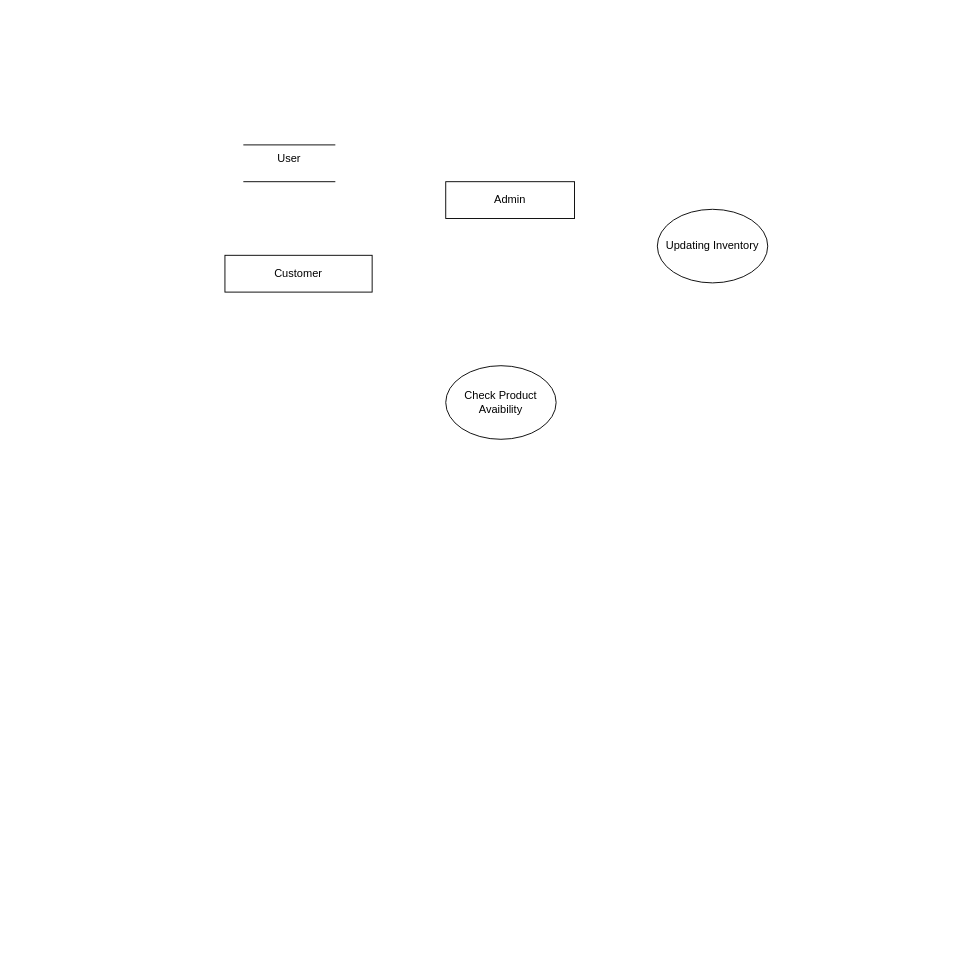
Before: Replinshment Order Management.drawio in pawal-karki/DRAW.IO, a draw.io diagram. Source tidied: cells renumbered, new cells numbered last; positions are measured from the earlier drawing's top-left corner, leaving out a move shared by most shapes. Both pictures are drawn from the tidied source at 92%, with x=0, y=0 at pixel (224, 144).
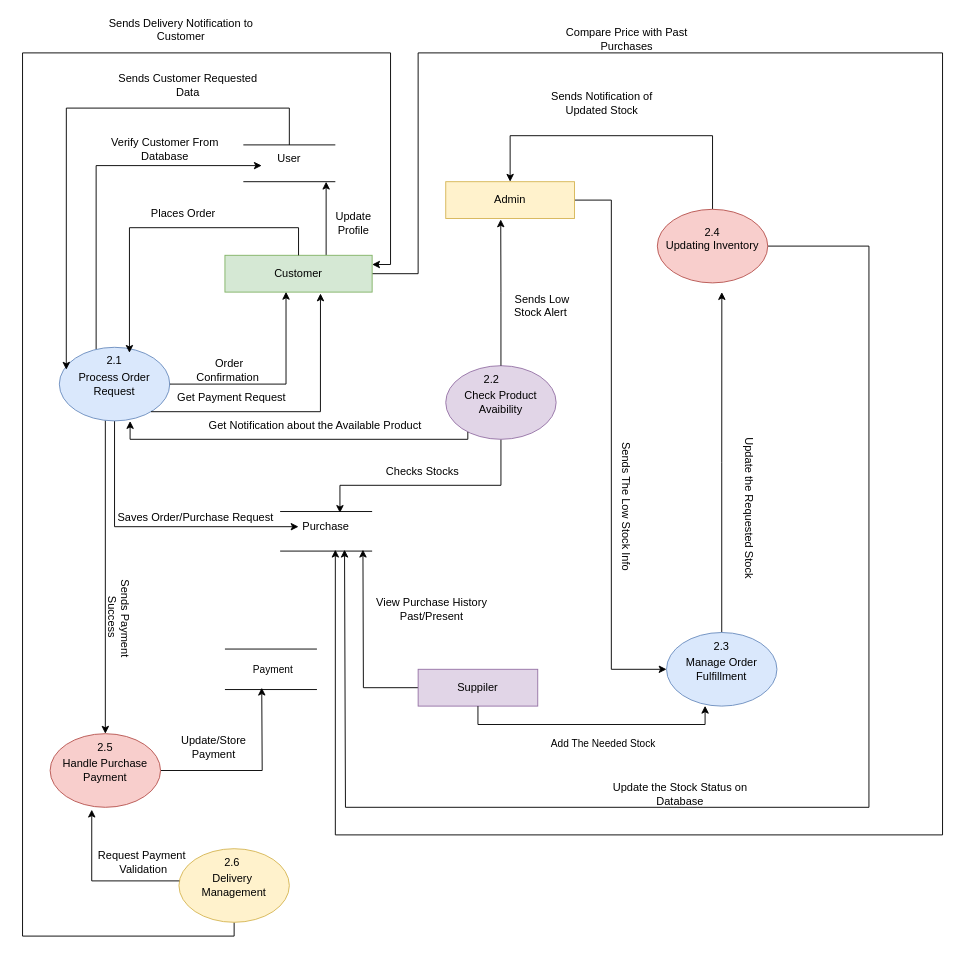
After the change.

Unchanged cells that the change refers to:
```xml
<mxCell id="7" value="User" style="text;html=1;align=center;verticalAlign=middle;whiteSpace=wrap;rounded=0;" parent="1" vertex="1">
  <mxGeometry x="40" width="60" height="30" as="geometry" />
</mxCell>
```

The edit, as a diff of the source:
```diff
@@
+    <mxCell id="8" style="edgeStyle=orthogonalEdgeStyle;rounded=0;jettySize=auto;html=1;" parent="1" edge="1" source="2">
+      <mxGeometry relative="1" as="geometry">
+        <mxPoint x="120" y="440" as="targetPoint" />
+        <Array as="points">
+          <mxPoint x="210" y="140" />
+          <mxPoint x="210" y="-100" />
+          <mxPoint x="780" y="-100" />
+          <mxPoint x="780" y="750" />
+          <mxPoint x="120" y="750" />
+        </Array>
+      </mxGeometry>
+    </mxCell>
+    <mxCell id="9" style="edgeStyle=orthogonalEdgeStyle;rounded=0;jettySize=auto;html=1;" parent="1" edge="1" source="2">
+      <mxGeometry relative="1" as="geometry">
+        <mxPoint x="110" y="40" as="targetPoint" />
+        <Array as="points">
+          <mxPoint x="110" y="40" />
+        </Array>
+      </mxGeometry>
+    </mxCell>
-    <mxCell id="2" value="Customer" style="rounded=0;whiteSpace=wrap;html=1;" parent="1" vertex="1">
+    <mxCell id="2" value="Customer" style="rounded=0;whiteSpace=wrap;html=1;fillColor=#d5e8d4;strokeColor=#82b366;" parent="1" vertex="1">
       <mxGeometry y="120" width="160" height="40" as="geometry" />
     </mxCell>
+    <mxCell id="10" style="edgeStyle=orthogonalEdgeStyle;rounded=0;jettySize=auto;html=1;" parent="1" edge="1" source="3" target="25">
+      <mxGeometry relative="1" as="geometry">
+        <Array as="points">
+          <mxPoint x="420" y="60" />
+          <mxPoint x="420" y="570" />
+        </Array>
+      </mxGeometry>
+    </mxCell>
-    <mxCell id="3" value="Admin" style="rounded=0;whiteSpace=wrap;html=1;" parent="1" vertex="1">
+    <mxCell id="3" value="Admin" style="rounded=0;whiteSpace=wrap;html=1;fillColor=#fff2cc;strokeColor=#d6b656;" parent="1" vertex="1">
       <mxGeometry x="240" y="40" width="140" height="40" as="geometry" />
     </mxCell>
+    <mxCell id="11" style="edgeStyle=orthogonalEdgeStyle;rounded=0;jettySize=auto;html=1;entryX=0.5;entryY=0;entryDx=0;entryDy=0;" parent="1" edge="1" source="4" target="3">
+      <mxGeometry relative="1" as="geometry">
+        <Array as="points">
+          <mxPoint x="530" y="-10" />
+          <mxPoint x="310" y="-10" />
+        </Array>
+      </mxGeometry>
+    </mxCell>
+    <mxCell id="12" style="edgeStyle=orthogonalEdgeStyle;rounded=0;jettySize=auto;html=1;" parent="1" edge="1" source="4">
+      <mxGeometry relative="1" as="geometry">
+        <mxPoint x="130" y="440" as="targetPoint" />
+        <Array as="points">
+          <mxPoint x="700" y="110" />
+          <mxPoint x="700" y="720" />
+          <mxPoint x="131" y="720" />
+          <mxPoint x="131" y="440" />
+        </Array>
+      </mxGeometry>
+    </mxCell>
-    <mxCell id="4" value="Updating Inventory" style="ellipse;whiteSpace=wrap;html=1;" parent="1" vertex="1">
+    <mxCell id="4" value="Updating Inventory" style="ellipse;whiteSpace=wrap;html=1;fillColor=#f8cecc;strokeColor=#b85450;" parent="1" vertex="1">
       <mxGeometry x="470" y="70" width="120" height="80" as="geometry" />
     </mxCell>
+    <mxCell id="13" style="edgeStyle=orthogonalEdgeStyle;rounded=0;jettySize=auto;html=1;entryX=0.75;entryY=0;entryDx=0;entryDy=0;" parent="1" edge="1" source="5" target="15">
+      <mxGeometry relative="1" as="geometry">
+        <Array as="points">
+          <mxPoint x="300" y="370" />
+          <mxPoint x="125" y="370" />
+        </Array>
+      </mxGeometry>
+    </mxCell>
-    <mxCell id="5" value="Check Product Avaibility" style="ellipse;whiteSpace=wrap;html=1;" parent="1" vertex="1">
+    <mxCell id="5" value="Check Product Avaibility" style="ellipse;whiteSpace=wrap;html=1;fillColor=#e1d5e7;strokeColor=#9673a6;" parent="1" vertex="1">
       <mxGeometry x="240" y="240" width="120" height="80" as="geometry" />
     </mxCell>
@@
+    <mxCell id="14" style="shape=link;html=1;rounded=0;width=43;" parent="1" edge="1">
+      <mxGeometry relative="1" as="geometry">
+        <mxPoint x="60" y="420" as="sourcePoint" />
+        <mxPoint x="160" y="420" as="targetPoint" />
+      </mxGeometry>
+    </mxCell>
+    <mxCell id="15" value="Purchase" style="text;html=1;align=center;verticalAlign=middle;whiteSpace=wrap;rounded=0;" parent="1" vertex="1">
+      <mxGeometry x="80" y="400" width="60" height="30" as="geometry" />
+    </mxCell>
+    <mxCell id="16" style="shape=link;html=1;rounded=0;width=44;" parent="1" edge="1">
+      <mxGeometry relative="1" as="geometry">
+        <mxPoint y="570" as="sourcePoint" />
+        <mxPoint x="100" y="570" as="targetPoint" />
+      </mxGeometry>
+    </mxCell>
+    <mxCell id="17" value="Payment" style="edgeLabel;html=1;align=center;verticalAlign=middle;" parent="16" vertex="1">
+      <mxGeometry x="0.06" y="4" relative="1" as="geometry">
+        <mxPoint x="-2" y="4" as="offset" />
+      </mxGeometry>
+    </mxCell>
+    <mxCell id="18" style="edgeStyle=orthogonalEdgeStyle;rounded=0;jettySize=auto;html=1;entryX=0;entryY=0.75;entryDx=0;entryDy=0;" parent="1" edge="1" source="21" target="7">
+      <mxGeometry relative="1" as="geometry">
+        <Array as="points">
+          <mxPoint x="-140" y="22" />
+        </Array>
+      </mxGeometry>
+    </mxCell>
+    <mxCell id="19" style="edgeStyle=orthogonalEdgeStyle;rounded=0;jettySize=auto;html=1;entryX=0;entryY=0.5;entryDx=0;entryDy=0;" parent="1" edge="1" source="21" target="15">
+      <mxGeometry relative="1" as="geometry">
+        <Array as="points">
+          <mxPoint x="-120" y="415" />
+        </Array>
+      </mxGeometry>
+    </mxCell>
+    <mxCell id="20" style="edgeStyle=orthogonalEdgeStyle;rounded=0;jettySize=auto;html=1;entryX=0.5;entryY=0;entryDx=0;entryDy=0;" parent="1" edge="1" source="21" target="23">
+      <mxGeometry relative="1" as="geometry">
+        <Array as="points">
+          <mxPoint x="-130" y="510" />
+          <mxPoint x="-130" y="510" />
+        </Array>
+      </mxGeometry>
+    </mxCell>
+    <mxCell id="21" value="Process Order Request" style="ellipse;whiteSpace=wrap;html=1;fillColor=#dae8fc;strokeColor=#6c8ebf;" parent="1" vertex="1">
+      <mxGeometry x="-180" y="220" width="120" height="80" as="geometry" />
+    </mxCell>
+    <mxCell id="22" style="edgeStyle=orthogonalEdgeStyle;rounded=0;jettySize=auto;html=1;" parent="1" edge="1" source="23">
+      <mxGeometry relative="1" as="geometry">
+        <mxPoint x="40" y="590" as="targetPoint" />
+      </mxGeometry>
+    </mxCell>
+    <mxCell id="23" value="Handle Purchase Payment" style="ellipse;whiteSpace=wrap;html=1;fillColor=#f8cecc;strokeColor=#b85450;" parent="1" vertex="1">
+      <mxGeometry x="-190" y="640" width="120" height="80" as="geometry" />
+    </mxCell>
+    <mxCell id="24" style="edgeStyle=orthogonalEdgeStyle;rounded=0;jettySize=auto;html=1;exitX=0.5;exitY=0;exitDx=0;exitDy=0;" parent="1" edge="1" source="25">
+      <mxGeometry relative="1" as="geometry">
+        <mxPoint x="540.1" y="160" as="targetPoint" />
+      </mxGeometry>
+    </mxCell>
+    <mxCell id="25" value="Manage Order Fulfillment" style="ellipse;whiteSpace=wrap;html=1;fillColor=#dae8fc;strokeColor=#6c8ebf;" parent="1" vertex="1">
+      <mxGeometry x="480" y="530" width="120" height="80" as="geometry" />
+    </mxCell>
+    <mxCell id="26" value="Compare Price with Past Purchases" style="text;html=1;align=center;verticalAlign=middle;whiteSpace=wrap;rounded=0;" parent="1" vertex="1">
+      <mxGeometry x="361.5" y="-130" width="150" height="30" as="geometry" />
+    </mxCell>
+    <mxCell id="27" style="edgeStyle=orthogonalEdgeStyle;rounded=0;jettySize=auto;html=1;entryX=0.063;entryY=0.304;entryDx=0;entryDy=0;entryPerimeter=0;" parent="1" edge="1" source="7" target="21">
+      <mxGeometry relative="1" as="geometry">
+        <Array as="points">
+          <mxPoint x="70" y="-40" />
+          <mxPoint x="-172" y="-40" />
+        </Array>
+      </mxGeometry>
+    </mxCell>
+    <mxCell id="28" value="Sends Customer Requested Data" style="text;html=1;align=center;verticalAlign=middle;whiteSpace=wrap;rounded=0;" parent="1" vertex="1">
+      <mxGeometry x="-130" y="-80" width="180" height="30" as="geometry" />
+    </mxCell>
+    <mxCell id="29" value="Verify Customer From Database" style="text;html=1;align=center;verticalAlign=middle;whiteSpace=wrap;rounded=0;" parent="1" vertex="1">
+      <mxGeometry x="-130" y="-10" width="130" height="30" as="geometry" />
+    </mxCell>
+    <mxCell id="30" style="edgeStyle=orthogonalEdgeStyle;rounded=0;jettySize=auto;html=1;entryX=0.635;entryY=0.075;entryDx=0;entryDy=0;entryPerimeter=0;" parent="1" edge="1" source="2" target="21">
+      <mxGeometry relative="1" as="geometry">
+        <Array as="points">
+          <mxPoint x="80" y="90" />
+          <mxPoint x="-104" y="90" />
+        </Array>
+      </mxGeometry>
+    </mxCell>
+    <mxCell id="31" value="Places Order" style="text;html=1;align=center;verticalAlign=middle;whiteSpace=wrap;rounded=0;" parent="1" vertex="1">
+      <mxGeometry x="-100" y="60" width="110" height="30" as="geometry" />
+    </mxCell>
+    <mxCell id="32" style="edgeStyle=orthogonalEdgeStyle;rounded=0;jettySize=auto;html=1;entryX=0.415;entryY=0.993;entryDx=0;entryDy=0;entryPerimeter=0;" parent="1" edge="1" source="21" target="2">
+      <mxGeometry relative="1" as="geometry" />
+    </mxCell>
+    <mxCell id="33" value="Order Confirmation&amp;nbsp;" style="text;html=1;align=center;verticalAlign=middle;whiteSpace=wrap;rounded=0;" parent="1" vertex="1">
+      <mxGeometry x="-25" y="230" width="60" height="30" as="geometry" />
+    </mxCell>
+    <mxCell id="34" value="Update Profile" style="text;html=1;align=center;verticalAlign=middle;whiteSpace=wrap;rounded=0;" parent="1" vertex="1">
+      <mxGeometry x="110" y="70" width="60" height="30" as="geometry" />
+    </mxCell>
+    <mxCell id="35" style="edgeStyle=orthogonalEdgeStyle;rounded=0;jettySize=auto;html=1;entryX=1;entryY=0.25;entryDx=0;entryDy=0;" parent="1" edge="1" source="36" target="2">
+      <mxGeometry relative="1" as="geometry">
+        <Array as="points">
+          <mxPoint x="10" y="860" />
+          <mxPoint x="-220" y="860" />
+          <mxPoint x="-220" y="-100" />
+          <mxPoint x="180" y="-100" />
+          <mxPoint x="180" y="130" />
+        </Array>
+      </mxGeometry>
+    </mxCell>
+    <mxCell id="36" value="Delivery&amp;nbsp;&lt;div&gt;Management&lt;/div&gt;" style="ellipse;whiteSpace=wrap;html=1;fillColor=#fff2cc;strokeColor=#d6b656;" parent="1" vertex="1">
+      <mxGeometry x="-50" y="765" width="120" height="80" as="geometry" />
+    </mxCell>
+    <mxCell id="37" value="Sends Delivery Notification to Customer" style="text;html=1;align=center;verticalAlign=middle;whiteSpace=wrap;rounded=0;" parent="1" vertex="1">
+      <mxGeometry x="-130" y="-140" width="165" height="30" as="geometry" />
+    </mxCell>
+    <mxCell id="38" value="Saves Order/Purchase Request&amp;nbsp;" style="text;html=1;align=center;verticalAlign=middle;whiteSpace=wrap;rounded=0;" parent="1" vertex="1">
+      <mxGeometry x="-130" y="390" width="200" height="30" as="geometry" />
+    </mxCell>
+    <mxCell id="39" style="edgeStyle=orthogonalEdgeStyle;rounded=0;jettySize=auto;html=1;entryX=0.649;entryY=1.037;entryDx=0;entryDy=0;entryPerimeter=0;" parent="1" edge="1" source="21" target="2">
+      <mxGeometry relative="1" as="geometry">
+        <Array as="points">
+          <mxPoint x="104" y="290" />
+        </Array>
+      </mxGeometry>
+    </mxCell>
+    <mxCell id="40" value="Get Payment Request" style="text;html=1;align=center;verticalAlign=middle;whiteSpace=wrap;rounded=0;" parent="1" vertex="1">
+      <mxGeometry x="-55" y="260" width="125" height="30" as="geometry" />
+    </mxCell>
+    <mxCell id="41" value="Sends Payment Success&amp;nbsp;" style="text;html=1;align=center;verticalAlign=middle;whiteSpace=wrap;rounded=0;rotation=90;" parent="1" vertex="1">
+      <mxGeometry x="-180" y="500" width="130" height="30" as="geometry" />
+    </mxCell>
+    <mxCell id="42" style="edgeStyle=orthogonalEdgeStyle;rounded=0;jettySize=auto;html=1;entryX=0.377;entryY=1.032;entryDx=0;entryDy=0;entryPerimeter=0;" parent="1" edge="1" source="36" target="23">
+      <mxGeometry relative="1" as="geometry">
+        <Array as="points">
+          <mxPoint x="-145" y="800" />
+        </Array>
+      </mxGeometry>
+    </mxCell>
+    <mxCell id="43" value="Request Payment&lt;div&gt;&amp;nbsp;Validation&lt;/div&gt;" style="text;html=1;align=center;verticalAlign=middle;whiteSpace=wrap;rounded=0;rotation=0;" parent="1" vertex="1">
+      <mxGeometry x="-170" y="765" width="160" height="30" as="geometry" />
+    </mxCell>
+    <mxCell id="44" style="edgeStyle=orthogonalEdgeStyle;rounded=0;jettySize=auto;html=1;entryX=0.641;entryY=1.002;entryDx=0;entryDy=0;entryPerimeter=0;exitX=0.2;exitY=0.9;exitDx=0;exitDy=0;exitPerimeter=0;" parent="1" edge="1" source="5" target="21">
+      <mxGeometry relative="1" as="geometry">
+        <Array as="points">
+          <mxPoint x="264" y="320" />
+          <mxPoint x="-103" y="320" />
+        </Array>
+      </mxGeometry>
+    </mxCell>
+    <mxCell id="45" value="Get Notification about the Available Product&amp;nbsp;" style="text;html=1;align=center;verticalAlign=middle;whiteSpace=wrap;rounded=0;" parent="1" vertex="1">
+      <mxGeometry x="-25" y="290" width="250" height="30" as="geometry" />
+    </mxCell>
+    <mxCell id="46" value="Checks Stocks" style="text;html=1;align=center;verticalAlign=middle;whiteSpace=wrap;rounded=0;" parent="1" vertex="1">
+      <mxGeometry x="150" y="340" width="130" height="30" as="geometry" />
+    </mxCell>
+    <mxCell id="47" value="Update/Store Payment" style="text;html=1;align=center;verticalAlign=middle;whiteSpace=wrap;rounded=0;" parent="1" vertex="1">
+      <mxGeometry x="-42" y="640" width="60" height="30" as="geometry" />
+    </mxCell>
+    <mxCell id="48" style="edgeStyle=orthogonalEdgeStyle;rounded=0;jettySize=auto;html=1;entryX=0.427;entryY=1.025;entryDx=0;entryDy=0;entryPerimeter=0;" parent="1" edge="1" source="5" target="3">
+      <mxGeometry relative="1" as="geometry" />
+    </mxCell>
+    <mxCell id="49" value="Sends Low Stock Alert&amp;nbsp;" style="text;html=1;align=center;verticalAlign=middle;whiteSpace=wrap;rounded=0;" parent="1" vertex="1">
+      <mxGeometry x="300" y="160" width="90" height="30" as="geometry" />
+    </mxCell>
+    <mxCell id="50" value="Sends Notification of Updated Stock" style="text;html=1;align=center;verticalAlign=middle;whiteSpace=wrap;rounded=0;" parent="1" vertex="1">
+      <mxGeometry x="340" y="-60" width="140" height="30" as="geometry" />
+    </mxCell>
+    <mxCell id="51" style="edgeStyle=orthogonalEdgeStyle;rounded=0;jettySize=auto;html=1;" parent="1" edge="1" source="52">
+      <mxGeometry relative="1" as="geometry">
+        <mxPoint x="150" y="440" as="targetPoint" />
+      </mxGeometry>
+    </mxCell>
+    <mxCell id="52" value="Suppiler" style="rounded=0;whiteSpace=wrap;html=1;fillColor=#e1d5e7;strokeColor=#9673a6;" parent="1" vertex="1">
+      <mxGeometry x="210" y="570" width="130" height="40" as="geometry" />
+    </mxCell>
+    <mxCell id="53" value="View Purchase History Past/Present" style="text;html=1;align=center;verticalAlign=middle;whiteSpace=wrap;rounded=0;" parent="1" vertex="1">
+      <mxGeometry x="140" y="490" width="170" height="30" as="geometry" />
+    </mxCell>
+    <mxCell id="54" style="edgeStyle=orthogonalEdgeStyle;rounded=0;jettySize=auto;html=1;entryX=0.349;entryY=0.996;entryDx=0;entryDy=0;entryPerimeter=0;" parent="1" edge="1" source="52" target="25">
+      <mxGeometry relative="1" as="geometry">
+        <Array as="points">
+          <mxPoint x="275" y="630" />
+          <mxPoint x="522" y="630" />
+        </Array>
+      </mxGeometry>
+    </mxCell>
+    <mxCell id="55" value="Add The Needed Stock" style="edgeLabel;html=1;align=center;verticalAlign=middle;" parent="54" vertex="1">
+      <mxGeometry x="0.08" relative="1" as="geometry">
+        <mxPoint y="20" as="offset" />
+      </mxGeometry>
+    </mxCell>
+    <mxCell id="56" value="Sends The Low Stock Info&amp;nbsp;" style="text;html=1;align=center;verticalAlign=middle;whiteSpace=wrap;rounded=0;rotation=90;" parent="1" vertex="1">
+      <mxGeometry x="360" y="380" width="153" height="30" as="geometry" />
+    </mxCell>
+    <mxCell id="57" value="Update the Requested Stock" style="text;html=1;align=center;verticalAlign=middle;whiteSpace=wrap;rounded=0;rotation=90;" parent="1" vertex="1">
+      <mxGeometry x="490" y="380" width="160" height="30" as="geometry" />
+    </mxCell>
+    <mxCell id="58" value="Update the Stock Status on Database" style="text;html=1;align=center;verticalAlign=middle;whiteSpace=wrap;rounded=0;" parent="1" vertex="1">
+      <mxGeometry x="410" y="691" width="170" height="29" as="geometry" />
+    </mxCell>
+    <mxCell id="59" value="2.1" style="text;html=1;align=center;verticalAlign=middle;whiteSpace=wrap;rounded=0;" parent="1" vertex="1">
+      <mxGeometry x="-150" y="220" width="60" height="30" as="geometry" />
+    </mxCell>
+    <mxCell id="60" value="2.2" style="text;html=1;align=center;verticalAlign=middle;whiteSpace=wrap;rounded=0;" parent="1" vertex="1">
+      <mxGeometry x="260" y="240" width="60" height="30" as="geometry" />
+    </mxCell>
+    <mxCell id="61" value="2.3" style="text;html=1;align=center;verticalAlign=middle;whiteSpace=wrap;rounded=0;" parent="1" vertex="1">
+      <mxGeometry x="510" y="530" width="60" height="30" as="geometry" />
+    </mxCell>
+    <mxCell id="62" value="2.4" style="text;html=1;align=center;verticalAlign=middle;whiteSpace=wrap;rounded=0;" parent="1" vertex="1">
+      <mxGeometry x="500" y="80" width="60" height="30" as="geometry" />
+    </mxCell>
+    <mxCell id="63" value="2.5" style="text;html=1;align=center;verticalAlign=middle;whiteSpace=wrap;rounded=0;" parent="1" vertex="1">
+      <mxGeometry x="-160" y="640" width="60" height="30" as="geometry" />
+    </mxCell>
+    <mxCell id="64" value="2.6" style="text;html=1;align=center;verticalAlign=middle;whiteSpace=wrap;rounded=0;" parent="1" vertex="1">
+      <mxGeometry x="-22.5" y="765" width="60" height="30" as="geometry" />
+    </mxCell>
```
